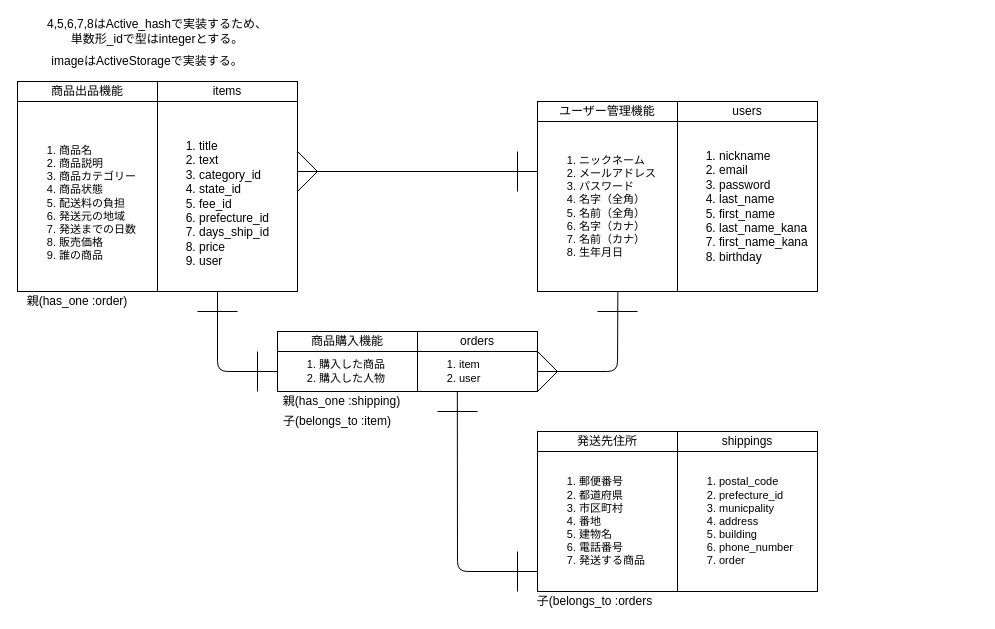
Before: furima-32551.dio in t-sasagawa/furima-32551, a draw.io diagram. Source tidied: cells renumbered, new cells numbered last; positions are measured from the earlier drawing's top-left corner, leaving out a move shared by most shapes. Both pictures are drawn from the tidied source at 100%, with x=0, y=0 at pixel (17, 21).
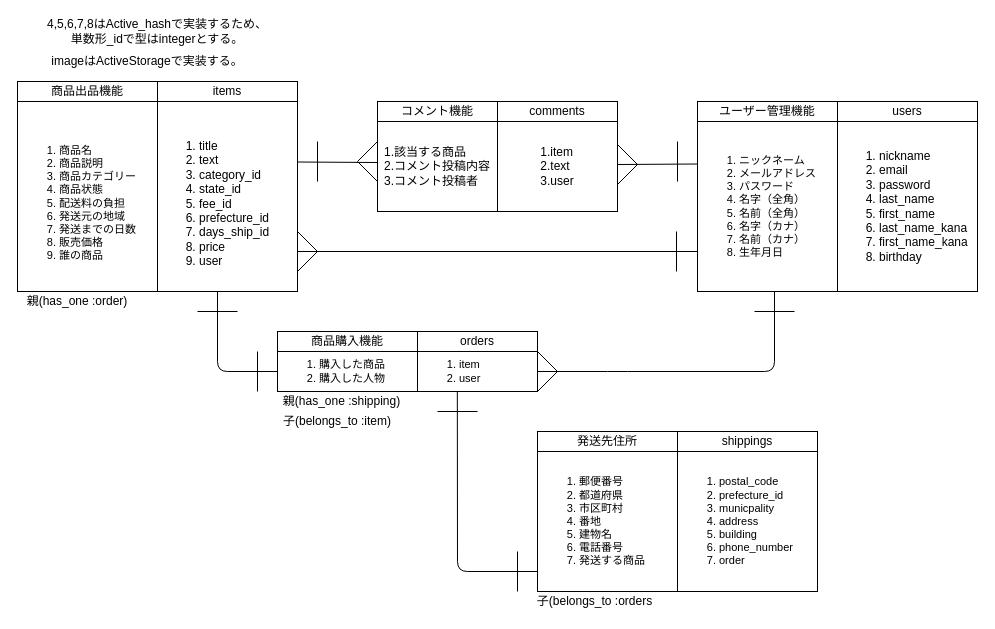
The same diagram, later.

Commit message (it also covers changes not shown here):
ER図 / README修正

The change refers to these unchanged cells:
```xml
<mxCell id="2" style="triangle;whiteSpace=wrap;html=1;" parent="1" vertex="1">
  <mxGeometry x="520" y="330" width="20" height="40" as="geometry" />
</mxCell>
```

Diff of the diagram source:
```diff
@@
+    <mxCell id="38" style="triangle;whiteSpace=wrap;html=1;rotation=-180;" parent="1" vertex="1">
+      <mxGeometry x="340" y="120" width="20" height="40" as="geometry" />
+    </mxCell>
+    <mxCell id="39" style="triangle;whiteSpace=wrap;html=1;" parent="1" vertex="1">
+      <mxGeometry x="600" y="123" width="20" height="40" as="geometry" />
+    </mxCell>
@@
     <mxCell id="3" style="triangle;whiteSpace=wrap;html=1;" parent="1" vertex="1">
-      <mxGeometry x="280" y="130" width="20" height="40" as="geometry" />
+      <mxGeometry x="280" y="210" width="20" height="40" as="geometry" />
     </mxCell>
@@
     <mxCell id="9" value="&lt;ol&gt;&lt;li&gt;nickname&lt;/li&gt;&lt;li&gt;email&lt;/li&gt;&lt;li&gt;password&lt;/li&gt;&lt;li&gt;last_name&lt;/li&gt;&lt;li&gt;first_name&lt;/li&gt;&lt;li&gt;last_name_kana&lt;/li&gt;&lt;li&gt;first_name_kana&lt;/li&gt;&lt;li&gt;birthday&lt;/li&gt;&lt;/ol&gt;" style="rounded=0;whiteSpace=wrap;html=1;align=left;" parent="1" vertex="1">
-      <mxGeometry x="660" y="100" width="140" height="170" as="geometry" />
+      <mxGeometry x="820" y="100" width="140" height="170" as="geometry" />
     </mxCell>
     <mxCell id="10" value="users" style="rounded=0;whiteSpace=wrap;html=1;" parent="1" vertex="1">
-      <mxGeometry x="660" y="80" width="140" height="20" as="geometry" />
+      <mxGeometry x="820" y="80" width="140" height="20" as="geometry" />
     </mxCell>
     <mxCell id="11" value="ユーザー管理機能" style="rounded=0;whiteSpace=wrap;html=1;" parent="1" vertex="1">
-      <mxGeometry x="520" y="80" width="140" height="20" as="geometry" />
+      <mxGeometry x="680" y="80" width="140" height="20" as="geometry" />
     </mxCell>
     <mxCell id="12" value="&lt;ol style=&quot;font-size: 11px&quot;&gt;&lt;li&gt;ニックネーム&lt;/li&gt;&lt;li&gt;メールアドレス&lt;/li&gt;&lt;li&gt;パスワード&lt;/li&gt;&lt;li&gt;名字（全角）&lt;/li&gt;&lt;li&gt;名前（全角）&lt;/li&gt;&lt;li&gt;名字（カナ）&lt;/li&gt;&lt;li&gt;名前（カナ）&lt;/li&gt;&lt;li&gt;生年月日&lt;/li&gt;&lt;/ol&gt;" style="rounded=0;whiteSpace=wrap;html=1;align=left;" parent="1" vertex="1">
-      <mxGeometry x="520" y="100" width="140" height="170" as="geometry" />
+      <mxGeometry x="680" y="100" width="140" height="170" as="geometry" />
     </mxCell>
@@
-    <mxCell id="21" style="endArrow=none;html=1;" parent="1" edge="1">
-      <mxGeometry relative="1" as="geometry">
-        <mxPoint x="280" y="150" as="sourcePoint" />
-        <mxPoint x="520" y="150" as="targetPoint" />
-      </mxGeometry>
-    </mxCell>
     <mxCell id="22" style="endArrow=none;html=1;" parent="1" edge="1">
       <mxGeometry relative="1" as="geometry">
-        <mxPoint x="500" y="170" as="sourcePoint" />
-        <mxPoint x="500" y="130" as="targetPoint" />
+        <mxPoint x="659" y="250" as="sourcePoint" />
+        <mxPoint x="659" y="210" as="targetPoint" />
       </mxGeometry>
     </mxCell>
-    <mxCell id="23" style="endArrow=none;html=1;entryX=0.574;entryY=1.001;entryDx=0;entryDy=0;entryPerimeter=0;exitX=0;exitY=0.5;exitDx=0;exitDy=0;" parent="1" edge="1" source="2" target="12">
+    <mxCell id="23" style="endArrow=none;html=1;exitX=0;exitY=0.5;exitDx=0;exitDy=0;" parent="1" edge="1" source="2">
       <mxGeometry relative="1" as="geometry">
+        <mxPoint x="757" y="270" as="targetPoint" />
         <Array as="points">
           <mxPoint x="600" y="350" />
+          <mxPoint x="757" y="350" />
         </Array>
       </mxGeometry>
     </mxCell>
@@
     <mxCell id="26" style="endArrow=none;html=1;" parent="1" edge="1">
       <mxGeometry relative="1" as="geometry">
-        <mxPoint x="580" y="290" as="sourcePoint" />
-        <mxPoint x="620" y="290" as="targetPoint" />
+        <mxPoint x="737" y="290" as="sourcePoint" />
+        <mxPoint x="777" y="290" as="targetPoint" />
       </mxGeometry>
     </mxCell>
@@
+    <mxCell id="40" value="&lt;div style=&quot;text-align: justify&quot;&gt;&lt;span&gt;1.該当する商品&lt;/span&gt;&lt;/div&gt;&lt;div style=&quot;text-align: justify&quot;&gt;&lt;span&gt;2.コメント投稿内容&lt;/span&gt;&lt;/div&gt;&lt;div style=&quot;text-align: justify&quot;&gt;&lt;span&gt;3.コメント投稿者&lt;/span&gt;&lt;/div&gt;" style="rounded=0;whiteSpace=wrap;html=1;" parent="1" vertex="1">
+      <mxGeometry x="360" y="100" width="120" height="90" as="geometry" />
+    </mxCell>
+    <mxCell id="41" style="endArrow=none;html=1;exitX=0;exitY=0.5;exitDx=0;exitDy=0;" parent="1" edge="1" source="3">
+      <mxGeometry relative="1" as="geometry">
+        <mxPoint x="680" y="230" as="targetPoint" />
+      </mxGeometry>
+    </mxCell>
+    <mxCell id="42" value="コメント機能" style="rounded=0;whiteSpace=wrap;html=1;" parent="1" vertex="1">
+      <mxGeometry x="360" y="80" width="120" height="20" as="geometry" />
+    </mxCell>
+    <mxCell id="43" value="&lt;div style=&quot;text-align: justify&quot;&gt;&lt;span&gt;1.item&lt;/span&gt;&lt;/div&gt;&lt;div style=&quot;text-align: justify&quot;&gt;&lt;span&gt;2.text&lt;/span&gt;&lt;/div&gt;&lt;div style=&quot;text-align: justify&quot;&gt;&lt;span&gt;3.user&lt;/span&gt;&lt;/div&gt;" style="rounded=0;whiteSpace=wrap;html=1;" parent="1" vertex="1">
+      <mxGeometry x="480" y="100" width="120" height="90" as="geometry" />
+    </mxCell>
+    <mxCell id="44" value="comments" style="rounded=0;whiteSpace=wrap;html=1;" parent="1" vertex="1">
+      <mxGeometry x="480" y="80" width="120" height="20" as="geometry" />
+    </mxCell>
+    <mxCell id="45" style="endArrow=none;html=1;entryX=0;entryY=0.25;entryDx=0;entryDy=0;" parent="1" edge="1" target="12">
+      <mxGeometry relative="1" as="geometry">
+        <mxPoint x="600" y="143" as="sourcePoint" />
+      </mxGeometry>
+    </mxCell>
+    <mxCell id="46" style="endArrow=none;html=1;entryX=0;entryY=0.25;entryDx=0;entryDy=0;" parent="1" edge="1" source="38">
+      <mxGeometry relative="1" as="geometry">
+        <mxPoint x="360" y="140" as="targetPoint" />
+      </mxGeometry>
+    </mxCell>
+    <mxCell id="47" style="endArrow=none;html=1;" parent="1" edge="1">
+      <mxGeometry relative="1" as="geometry">
+        <mxPoint x="280" y="140.5" as="sourcePoint" />
+        <mxPoint x="360" y="141" as="targetPoint" />
+      </mxGeometry>
+    </mxCell>
+    <mxCell id="48" style="endArrow=none;html=1;" parent="1" edge="1">
+      <mxGeometry relative="1" as="geometry">
+        <mxPoint x="660" y="160" as="sourcePoint" />
+        <mxPoint x="660" y="120" as="targetPoint" />
+      </mxGeometry>
+    </mxCell>
+    <mxCell id="49" style="endArrow=none;html=1;" parent="1" edge="1">
+      <mxGeometry relative="1" as="geometry">
+        <mxPoint x="300" y="160" as="sourcePoint" />
+        <mxPoint x="300" y="120" as="targetPoint" />
+      </mxGeometry>
+    </mxCell>
```
